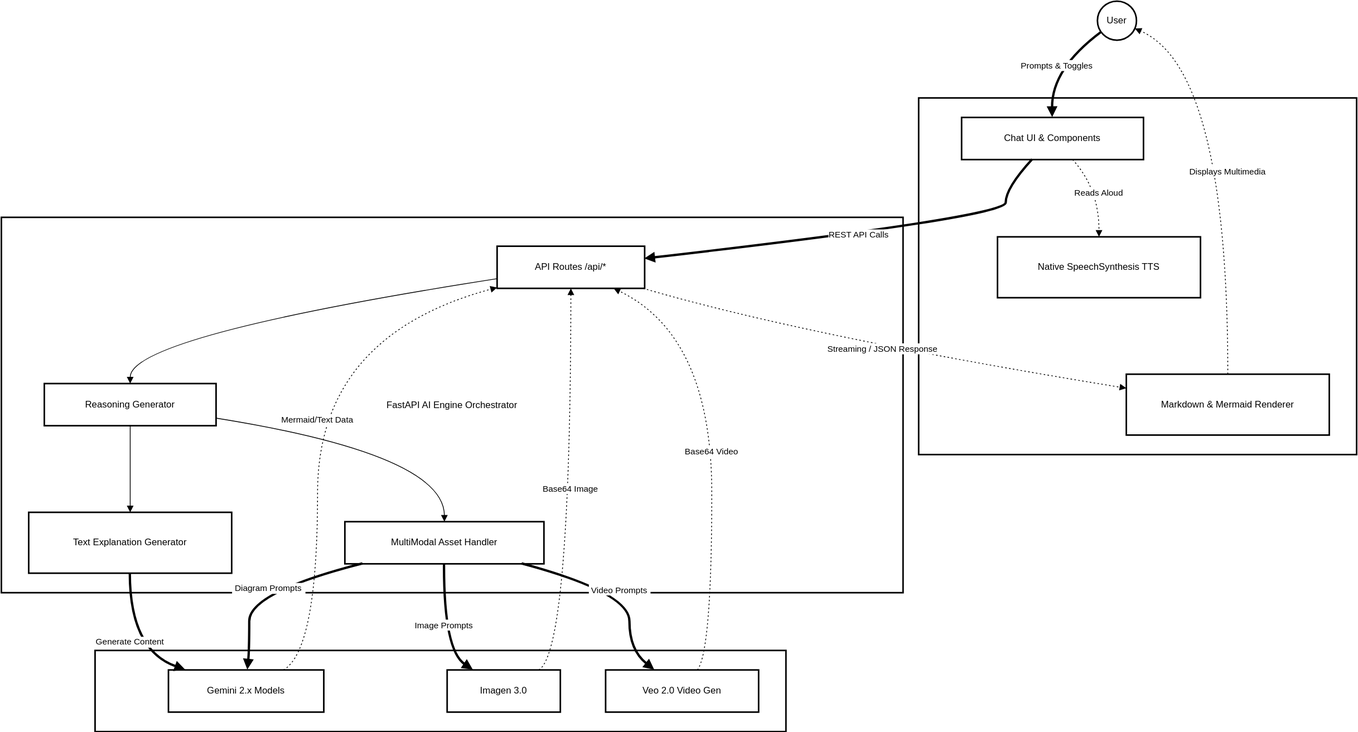
The draw.io diagram resources/diagram/claritylab.architecture.drawio.svg in magic-meer/ClarityLab, before a commit. Source tidied: cells renumbered, new cells last; positions are measured from the earlier drawing's top-left corner, leaving out a move shared by most shapes.
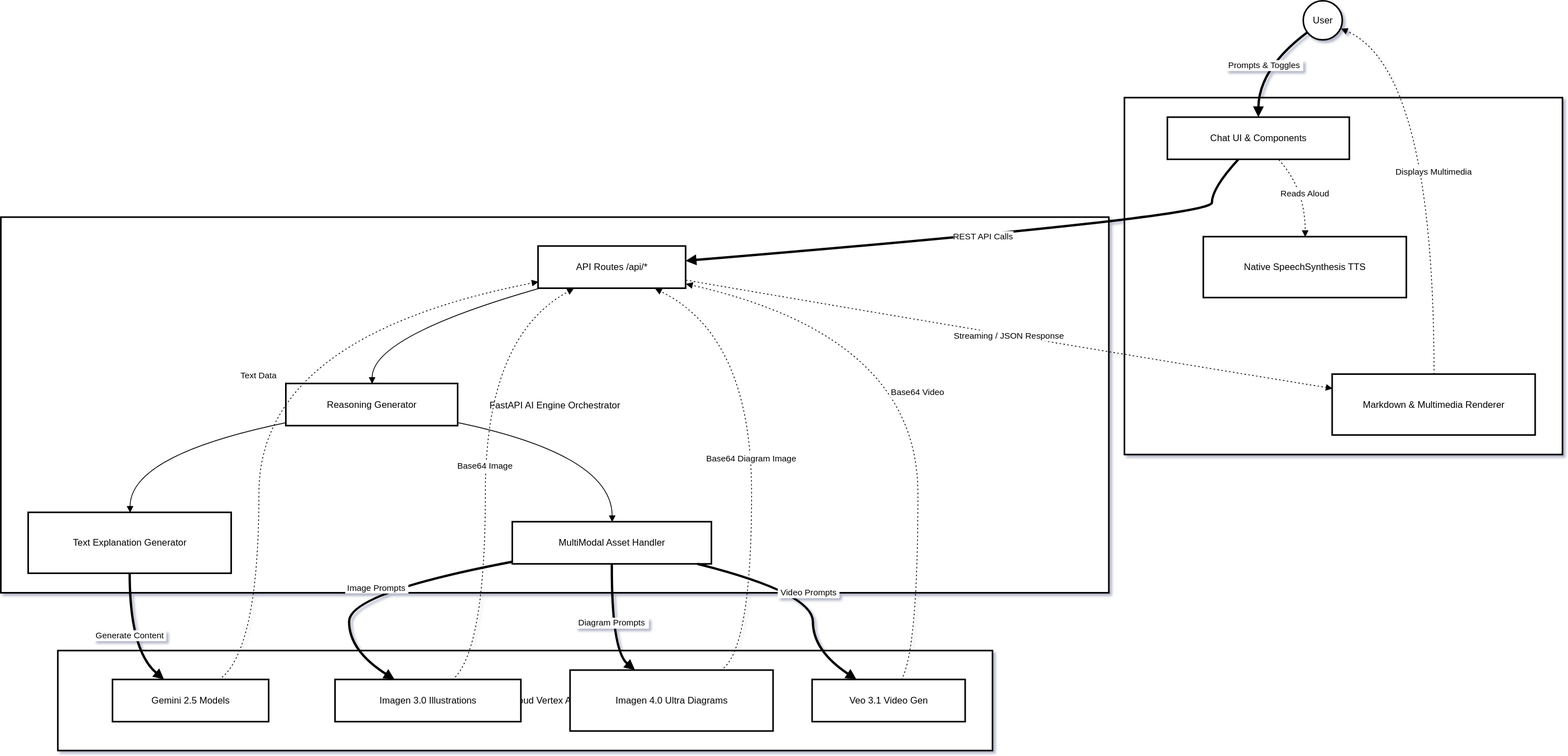
Later version of the same file.

Commit message:
updated architecture diagram

Diff of the diagram source:
```diff
@@ -2,151 +2,167 @@
   <root>
     <mxCell id="0" />
     <mxCell id="1" parent="0" />
-    <mxCell id="2" value="    " style="whiteSpace=wrap;strokeWidth=2;" parent="1" vertex="1">
-      <mxGeometry x="120" y="832" width="885" height="104" as="geometry" />
-    </mxCell>
+    <mxCell id="31" value="Google Cloud Vertex AI" style="whiteSpace=wrap;strokeWidth=2;" parent="1" vertex="1">
+      <mxGeometry x="73" y="832" width="1197" height="128" as="geometry" />
+    </mxCell>
     <mxCell id="3" value="FastAPI AI Engine Orchestrator" style="whiteSpace=wrap;strokeWidth=2;" parent="1" vertex="1">
-      <mxGeometry y="277" width="1155" height="481" as="geometry" />
+      <mxGeometry y="277" width="1419" height="481" as="geometry" />
     </mxCell>
     <mxCell id="4" value="Next.js 15 Frontend Client" style="whiteSpace=wrap;strokeWidth=2;" parent="1" vertex="1">
-      <mxGeometry x="1175" y="124" width="561" height="457" as="geometry" />
+      <mxGeometry x="1439" y="124" width="561" height="457" as="geometry" />
     </mxCell>
     <mxCell id="5" value="User" style="ellipse;strokeWidth=2;whiteSpace=wrap;" parent="1" vertex="1">
-      <mxGeometry x="1404" width="50" height="50" as="geometry" />
+      <mxGeometry x="1668" width="50" height="50" as="geometry" />
     </mxCell>
     <mxCell id="6" value="Chat UI &amp; Components" style="whiteSpace=wrap;strokeWidth=2;" parent="1" vertex="1">
-      <mxGeometry x="1230" y="149" width="233" height="54" as="geometry" />
+      <mxGeometry x="1494" y="149" width="233" height="54" as="geometry" />
     </mxCell>
     <mxCell id="7" value="Native SpeechSynthesis TTS" style="whiteSpace=wrap;strokeWidth=2;" parent="1" vertex="1">
-      <mxGeometry x="1276" y="302" width="260" height="78" as="geometry" />
+      <mxGeometry x="1540" y="302" width="260" height="78" as="geometry" />
     </mxCell>
-    <mxCell id="8" value="Markdown &amp; Mermaid Renderer" style="whiteSpace=wrap;strokeWidth=2;" parent="1" vertex="1">
-      <mxGeometry x="1441" y="478" width="260" height="78" as="geometry" />
-    </mxCell>
+    <mxCell id="32" value="Markdown &amp; Multimedia Renderer" style="whiteSpace=wrap;strokeWidth=2;" parent="1" vertex="1">
+      <mxGeometry x="1705" y="478" width="260" height="78" as="geometry" />
+    </mxCell>
     <mxCell id="9" value="API Routes /api/*" style="whiteSpace=wrap;strokeWidth=2;" parent="1" vertex="1">
-      <mxGeometry x="635" y="314" width="189" height="54" as="geometry" />
+      <mxGeometry x="688" y="314" width="189" height="54" as="geometry" />
     </mxCell>
     <mxCell id="10" value="Reasoning Generator" style="whiteSpace=wrap;strokeWidth=2;" parent="1" vertex="1">
-      <mxGeometry x="55" y="490" width="220" height="54" as="geometry" />
+      <mxGeometry x="365" y="490" width="220" height="54" as="geometry" />
     </mxCell>
     <mxCell id="11" value="Text Explanation Generator" style="whiteSpace=wrap;strokeWidth=2;" parent="1" vertex="1">
       <mxGeometry x="35" y="655" width="260" height="78" as="geometry" />
     </mxCell>
     <mxCell id="12" value="MultiModal Asset Handler" style="whiteSpace=wrap;strokeWidth=2;" parent="1" vertex="1">
-      <mxGeometry x="440" y="667" width="255" height="54" as="geometry" />
+      <mxGeometry x="655" y="667" width="255" height="54" as="geometry" />
     </mxCell>
-    <mxCell id="13" value="Gemini 2.x Models" style="whiteSpace=wrap;strokeWidth=2;" parent="1" vertex="1">
-      <mxGeometry x="214" y="857" width="199" height="54" as="geometry" />
-    </mxCell>
-    <mxCell id="14" value="Imagen 3.0" style="whiteSpace=wrap;strokeWidth=2;" parent="1" vertex="1">
-      <mxGeometry x="571" y="857" width="145" height="54" as="geometry" />
-    </mxCell>
-    <mxCell id="15" value="Veo 2.0 Video Gen" style="whiteSpace=wrap;strokeWidth=2;" parent="1" vertex="1">
-      <mxGeometry x="774" y="857" width="196" height="54" as="geometry" />
-    </mxCell>
+    <mxCell id="33" value="Gemini 2.5 Models" style="whiteSpace=wrap;strokeWidth=2;" parent="1" vertex="1">
+      <mxGeometry x="143" y="869" width="200" height="54" as="geometry" />
+    </mxCell>
+    <mxCell id="34" value="Imagen 3.0 Illustrations" style="whiteSpace=wrap;strokeWidth=2;" parent="1" vertex="1">
+      <mxGeometry x="428" y="869" width="238" height="54" as="geometry" />
+    </mxCell>
+    <mxCell id="35" value="Imagen 4.0 Ultra Diagrams" style="whiteSpace=wrap;strokeWidth=2;" parent="1" vertex="1">
+      <mxGeometry x="729" y="857" width="260" height="78" as="geometry" />
+    </mxCell>
+    <mxCell id="36" value="Veo 3.1 Video Gen" style="whiteSpace=wrap;strokeWidth=2;" parent="1" vertex="1">
+      <mxGeometry x="1039" y="869" width="196" height="54" as="geometry" />
+    </mxCell>
-    <mxCell id="16" style="curved=1;startArrow=none;endArrow=block;exitX=0;exitY=0.77;entryX=0.5;entryY=0;rounded=0;" parent="1" edge="1" source="9" target="10">
+    <mxCell id="16" style="curved=1;startArrow=none;endArrow=block;exitX=0;exitY=1;entryX=0.5;entryY=0;rounded=0;" parent="1" edge="1" source="9" target="10">
       <mxGeometry relative="1" as="geometry">
         <Array as="points">
-          <mxPoint x="165" y="429" />
+          <mxPoint x="475" y="429" />
         </Array>
       </mxGeometry>
     </mxCell>
-    <mxCell id="17" style="curved=1;startArrow=none;endArrow=block;exitX=0.5;exitY=1;entryX=0.5;entryY=0;rounded=0;" parent="1" edge="1" source="10" target="11">
-      <mxGeometry relative="1" as="geometry" />
+    <mxCell id="17" style="curved=1;startArrow=none;endArrow=block;exitX=0;exitY=0.92;entryX=0.5;entryY=0;rounded=0;" parent="1" edge="1" source="10" target="11">
+      <mxGeometry relative="1" as="geometry">
+        <Array as="points">
+          <mxPoint x="165" y="581" />
+        </Array>
+      </mxGeometry>
     </mxCell>
-    <mxCell id="18" style="curved=1;startArrow=none;endArrow=block;exitX=1;exitY=0.82;entryX=0.5;entryY=0;rounded=0;" parent="1" edge="1" source="10" target="12">
+    <mxCell id="18" style="curved=1;startArrow=none;endArrow=block;exitX=1;exitY=0.92;entryX=0.5;entryY=0;rounded=0;" parent="1" edge="1" source="10" target="12">
       <mxGeometry relative="1" as="geometry">
         <Array as="points">
-          <mxPoint x="567" y="581" />
+          <mxPoint x="782" y="581" />
         </Array>
       </mxGeometry>
     </mxCell>
     <mxCell id="19" value="Prompts &amp; Toggles" style="curved=1;startArrow=none;endArrow=block;strokeWidth=3;exitX=0;exitY=0.88;entryX=0.5;entryY=0;rounded=0;" parent="1" edge="1" source="5" target="6">
       <mxGeometry relative="1" as="geometry">
         <Array as="points">
-          <mxPoint x="1346" y="87" />
+          <mxPoint x="1611" y="87" />
         </Array>
       </mxGeometry>
     </mxCell>
-    <mxCell id="20" value="REST API Calls" style="curved=1;startArrow=none;endArrow=block;strokeWidth=3;exitX=0.39;exitY=1;entryX=1;entryY=0.3;rounded=0;" parent="1" edge="1" source="6" target="9">
+    <mxCell id="20" value="REST API Calls" style="curved=1;startArrow=none;endArrow=block;strokeWidth=3;exitX=0.39;exitY=1;entryX=1;entryY=0.35;rounded=0;" parent="1" edge="1" source="6" target="9">
       <mxGeometry relative="1" as="geometry">
         <Array as="points">
-          <mxPoint x="1287" y="240" />
-          <mxPoint x="1287" y="277" />
+          <mxPoint x="1551" y="240" />
+          <mxPoint x="1551" y="277" />
         </Array>
       </mxGeometry>
     </mxCell>
     <mxCell id="21" value="Reads Aloud" style="curved=1;dashed=1;dashPattern=2 3;startArrow=none;endArrow=block;exitX=0.61;exitY=1;entryX=0.5;entryY=0;rounded=0;" parent="1" edge="1" source="6" target="7">
       <mxGeometry relative="1" as="geometry">
         <Array as="points">
-          <mxPoint x="1406" y="240" />
+          <mxPoint x="1670" y="240" />
         </Array>
       </mxGeometry>
     </mxCell>
-    <mxCell id="22" value="Generate Content" style="curved=1;startArrow=none;endArrow=block;strokeWidth=3;exitX=0.5;exitY=1;entryX=0.11;entryY=0;rounded=0;" parent="1" edge="1" source="11" target="13">
+    <mxCell id="22" value="Generate Content" style="curved=1;startArrow=none;endArrow=block;strokeWidth=3;exitX=0.5;exitY=1;entryX=0.33;entryY=0;rounded=0;" parent="1" edge="1" source="11" target="33">
       <mxGeometry relative="1" as="geometry">
         <Array as="points">
           <mxPoint x="165" y="832" />
         </Array>
       </mxGeometry>
     </mxCell>
-    <mxCell id="23" value="Diagram Prompts" style="curved=1;startArrow=none;endArrow=block;strokeWidth=3;exitX=0.09;exitY=1;entryX=0.51;entryY=0;rounded=0;" parent="1" edge="1" source="12" target="13">
+    <mxCell id="23" value="Diagram Prompts" style="curved=1;startArrow=none;endArrow=block;strokeWidth=3;exitX=0.5;exitY=1;entryX=0.32;entryY=0;rounded=0;" parent="1" edge="1" source="12" target="35">
       <mxGeometry relative="1" as="geometry">
         <Array as="points">
-          <mxPoint x="318" y="758" />
-          <mxPoint x="318" y="832" />
+          <mxPoint x="782" y="832" />
         </Array>
       </mxGeometry>
     </mxCell>
-    <mxCell id="24" value="Image Prompts" style="curved=1;startArrow=none;endArrow=block;strokeWidth=3;exitX=0.5;exitY=1;entryX=0.23;entryY=0;rounded=0;" parent="1" edge="1" source="12" target="14">
+    <mxCell id="24" value="Image Prompts" style="curved=1;startArrow=none;endArrow=block;strokeWidth=3;exitX=0;exitY=0.95;entryX=0.32;entryY=0;rounded=0;" parent="1" edge="1" source="12" target="34">
       <mxGeometry relative="1" as="geometry">
         <Array as="points">
-          <mxPoint x="567" y="832" />
+          <mxPoint x="446" y="758" />
+          <mxPoint x="446" y="832" />
         </Array>
       </mxGeometry>
     </mxCell>
-    <mxCell id="25" value="Video Prompts" style="curved=1;startArrow=none;endArrow=block;strokeWidth=3;exitX=0.89;exitY=1;entryX=0.32;entryY=0;rounded=0;" parent="1" edge="1" source="12" target="15">
+    <mxCell id="25" value="Video Prompts" style="curved=1;startArrow=none;endArrow=block;strokeWidth=3;exitX=0.93;exitY=1;entryX=0.29;entryY=0;rounded=0;" parent="1" edge="1" source="12" target="36">
       <mxGeometry relative="1" as="geometry">
         <Array as="points">
-          <mxPoint x="805" y="758" />
-          <mxPoint x="805" y="832" />
+          <mxPoint x="1040" y="758" />
+          <mxPoint x="1040" y="832" />
         </Array>
       </mxGeometry>
     </mxCell>
-    <mxCell id="26" value="Mermaid/Text Data" style="curved=1;dashed=1;dashPattern=2 3;startArrow=none;endArrow=block;exitX=0.74;exitY=0;entryX=0;entryY=0.98;rounded=0;" parent="1" edge="1" source="13" target="9">
-      <mxGeometry relative="1" as="geometry">
-        <Array as="points">
-          <mxPoint x="405" y="832" />
-          <mxPoint x="405" y="429" />
-        </Array>
-      </mxGeometry>
-    </mxCell>
+    <mxCell id="37" value="Text Data" style="curved=1;dashed=1;dashPattern=2 3;startArrow=none;endArrow=block;exitX=0.68;exitY=0;entryX=0;entryY=0.84;rounded=0;" parent="1" edge="1" source="33" target="9">
+      <mxGeometry relative="1" as="geometry">
+        <Array as="points">
+          <mxPoint x="330" y="832" />
+          <mxPoint x="330" y="429" />
+        </Array>
+      </mxGeometry>
+    </mxCell>
+    <mxCell id="38" value="Base64 Diagram Image" style="curved=1;dashed=1;dashPattern=2 3;startArrow=none;endArrow=block;exitX=0.74;exitY=0;entryX=0.79;entryY=1;rounded=0;" parent="1" edge="1" source="35" target="9">
+      <mxGeometry relative="1" as="geometry">
+        <Array as="points">
+          <mxPoint x="961" y="832" />
+          <mxPoint x="961" y="429" />
+        </Array>
+      </mxGeometry>
+    </mxCell>
-    <mxCell id="27" value="Base64 Image" style="curved=1;dashed=1;dashPattern=2 3;startArrow=none;endArrow=block;exitX=0.81;exitY=0;entryX=0.5;entryY=1;rounded=0;" parent="1" edge="1" source="14" target="9">
+    <mxCell id="27" value="Base64 Image" style="curved=1;dashed=1;dashPattern=2 3;startArrow=none;endArrow=block;exitX=0.63;exitY=0;entryX=0.24;entryY=1;rounded=0;" parent="1" edge="1" source="34" target="9">
       <mxGeometry relative="1" as="geometry">
         <Array as="points">
-          <mxPoint x="729" y="832" />
+          <mxPoint x="620" y="832" />
+          <mxPoint x="620" y="429" />
         </Array>
       </mxGeometry>
     </mxCell>
-    <mxCell id="28" value="Base64 Video" style="curved=1;dashed=1;dashPattern=2 3;startArrow=none;endArrow=block;exitX=0.6;exitY=0;entryX=0.79;entryY=1;rounded=0;" parent="1" edge="1" source="15" target="9">
+    <mxCell id="28" value="Base64 Video" style="curved=1;dashed=1;dashPattern=2 3;startArrow=none;endArrow=block;exitX=0.58;exitY=0;entryX=1;entryY=0.89;rounded=0;" parent="1" edge="1" source="36" target="9">
       <mxGeometry relative="1" as="geometry">
         <Array as="points">
-          <mxPoint x="910" y="832" />
-          <mxPoint x="910" y="429" />
+          <mxPoint x="1174" y="832" />
+          <mxPoint x="1174" y="429" />
         </Array>
       </mxGeometry>
     </mxCell>
-    <mxCell id="29" value="Streaming / JSON Response" style="curved=1;dashed=1;dashPattern=2 3;startArrow=none;endArrow=block;exitX=0.99;exitY=1;entryX=0;entryY=0.23;rounded=0;" parent="1" edge="1" source="9" target="8">
+    <mxCell id="29" value="Streaming / JSON Response" style="curved=1;dashed=1;dashPattern=2 3;startArrow=none;endArrow=block;exitX=1;exitY=0.8;entryX=0;entryY=0.23;rounded=0;" parent="1" edge="1" source="9" target="32">
       <mxGeometry relative="1" as="geometry">
         <Array as="points">
-          <mxPoint x="1030" y="429" />
+          <mxPoint x="1294" y="429" />
         </Array>
       </mxGeometry>
     </mxCell>
-    <mxCell id="30" value="Displays Multimedia" style="curved=1;dashed=1;dashPattern=2 3;startArrow=none;endArrow=block;exitX=0.5;exitY=0;entryX=1;entryY=0.72;rounded=0;" parent="1" edge="1" source="8" target="5">
+    <mxCell id="30" value="Displays Multimedia" style="curved=1;dashed=1;dashPattern=2 3;startArrow=none;endArrow=block;exitX=0.5;exitY=0;entryX=1;entryY=0.72;rounded=0;" parent="1" edge="1" source="32" target="5">
       <mxGeometry relative="1" as="geometry">
         <Array as="points">
-          <mxPoint x="1571" y="87" />
+          <mxPoint x="1835" y="87" />
         </Array>
       </mxGeometry>
     </mxCell>
```
